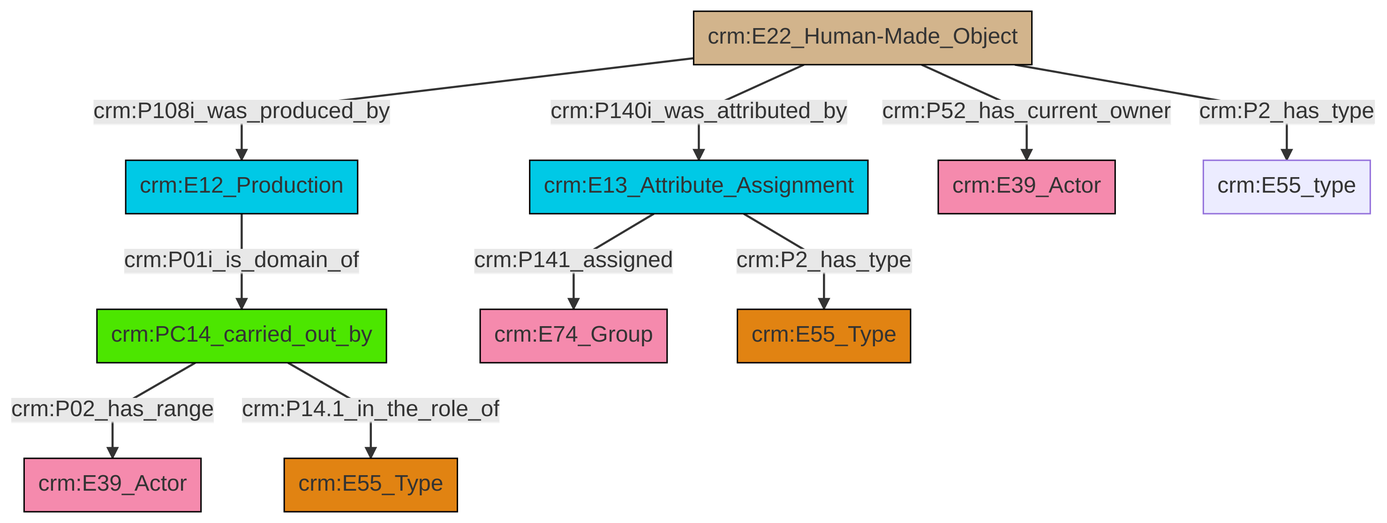
Earlier version of the Mermaid export et/builtWorkCSV/ttl/mmd/png/Built_Work_actor_relations.png (swiss-art-research-net/reference-data-models). Its source is kept beside it as et/builtWorkCSV/ttl/mmd/Built_Work_actor_relations.ttl.mmd.
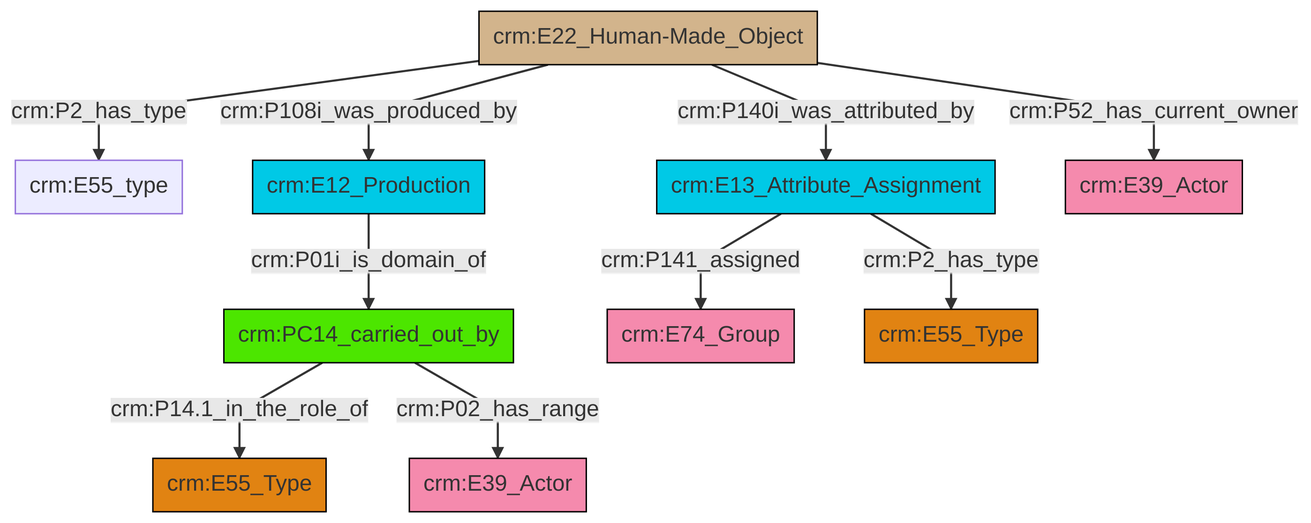
After the commit.

The edit, as a diff of the source:
```diff
@@ -13,12 +13,12 @@
 classDef PC_Classes fill:#4ce600, stroke:#000000;
 classDef Multi fill:#cccccc,stroke:#000000;
 
-6["crm:E13_Attribute_Assignment"]:::Temporal_Entity -->|crm:P141_assigned| 7["crm:E74_Group"]:::Actor
-6["crm:E13_Attribute_Assignment"]:::Temporal_Entity -->|crm:P2_has_type| 9["crm:E55_Type"]:::Type
-2["crm:PC14_carried_out_by"]:::PC_Classes -->|crm:P02_has_range| 4["crm:E39_Actor"]:::Actor
-14["crm:E22_Human-Made_Object"]:::Physical_Thing -->|crm:P52_has_current_owner| 16["crm:E39_Actor"]:::Actor
-14["crm:E22_Human-Made_Object"]:::Physical_Thing -->|crm:P140i_was_attributed_by| 6["crm:E13_Attribute_Assignment"]:::Temporal_Entity
-14["crm:E22_Human-Made_Object"]:::Physical_Thing -->|crm:P108i_was_produced_by| 0["crm:E12_Production"]:::Temporal_Entity
-2["crm:PC14_carried_out_by"]:::PC_Classes -->|crm:P14.1_in_the_role_of| 11["crm:E55_Type"]:::Type
-14["crm:E22_Human-Made_Object"]:::Physical_Thing -->|crm:P2_has_type| 19["crm:E55_type"]:::Default
-0["crm:E12_Production"]:::Temporal_Entity -->|crm:P01i_is_domain_of| 2["crm:PC14_carried_out_by"]:::PC_Classes
+0["crm:E13_Attribute_Assignment"]:::Temporal_Entity -->|crm:P141_assigned| 2["crm:E74_Group"]:::Actor
+3["crm:E22_Human-Made_Object"]:::Physical_Thing -->|crm:P2_has_type| 4["crm:E55_type"]:::Default
+3["crm:E22_Human-Made_Object"]:::Physical_Thing -->|crm:P108i_was_produced_by| 7["crm:E12_Production"]:::Temporal_Entity
+10["crm:PC14_carried_out_by"]:::PC_Classes -->|crm:P14.1_in_the_role_of| 12["crm:E55_Type"]:::Type
+7["crm:E12_Production"]:::Temporal_Entity -->|crm:P01i_is_domain_of| 10["crm:PC14_carried_out_by"]:::PC_Classes
+3["crm:E22_Human-Made_Object"]:::Physical_Thing -->|crm:P140i_was_attributed_by| 0["crm:E13_Attribute_Assignment"]:::Temporal_Entity
+0["crm:E13_Attribute_Assignment"]:::Temporal_Entity -->|crm:P2_has_type| 15["crm:E55_Type"]:::Type
+3["crm:E22_Human-Made_Object"]:::Physical_Thing -->|crm:P52_has_current_owner| 5["crm:E39_Actor"]:::Actor
+10["crm:PC14_carried_out_by"]:::PC_Classes -->|crm:P02_has_range| 19["crm:E39_Actor"]:::Actor
```
